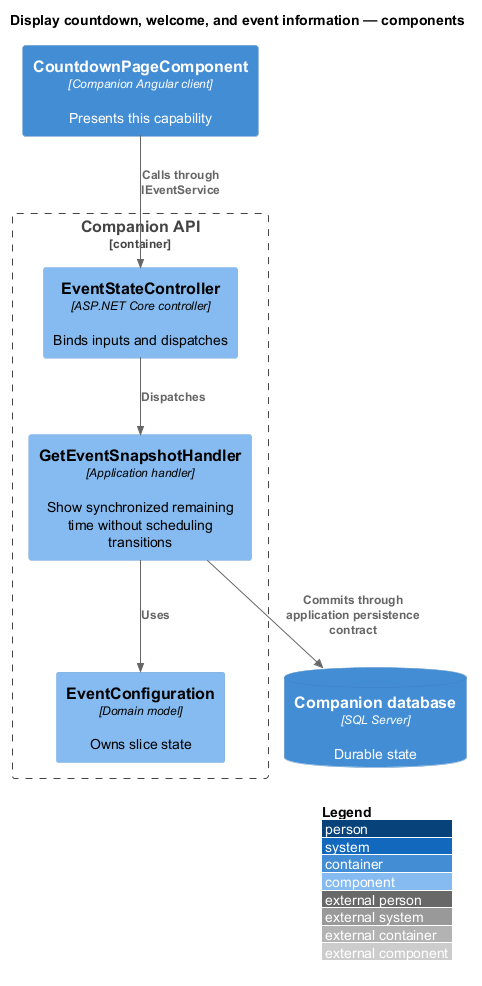
The PlantUML diagram docs/detailed-designs/event-flow/display-countdown/diagrams/c4-component.png in QuinntyneBrown/faithtech-toronto-ai-build-event, before a commit. The source it was exported from:
```plantuml
@startuml
!include <C4/C4_Component>
LAYOUT_WITH_LEGEND()
title Display countdown, welcome, and event information — components
Container(client, "CountdownPageComponent", "Companion Angular client", "Presents this capability")
Container_Boundary(api, "Companion API") {
Component(entry, "EventStateController", "ASP.NET Core controller", "Binds inputs and dispatches")
Component(handler, "GetEventSnapshotHandler", "Application handler", "Show synchronized remaining time without scheduling transitions")
Component(entity, "EventConfiguration", "Domain model", "Owns slice state")
}
ContainerDb(db, "Companion database", "SQL Server", "Durable state")
Rel(client, entry, "Calls through IEventService")
Rel(entry, handler, "Dispatches")
Rel(handler, entity, "Uses")
Rel(handler, db, "Commits through application persistence contract")
@enduml
```
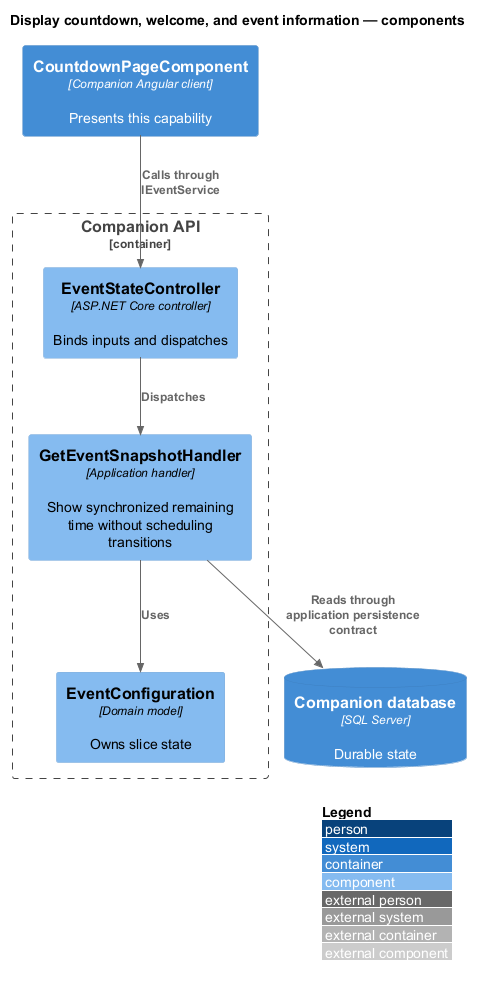
After the commit.

Diff of the diagram source:
```diff
@@ -12,5 +12,5 @@
 Rel(client, entry, "Calls through IEventService")
 Rel(entry, handler, "Dispatches")
 Rel(handler, entity, "Uses")
-Rel(handler, db, "Commits through application persistence contract")
+Rel(handler, db, "Reads through application persistence contract")
 @enduml
```
